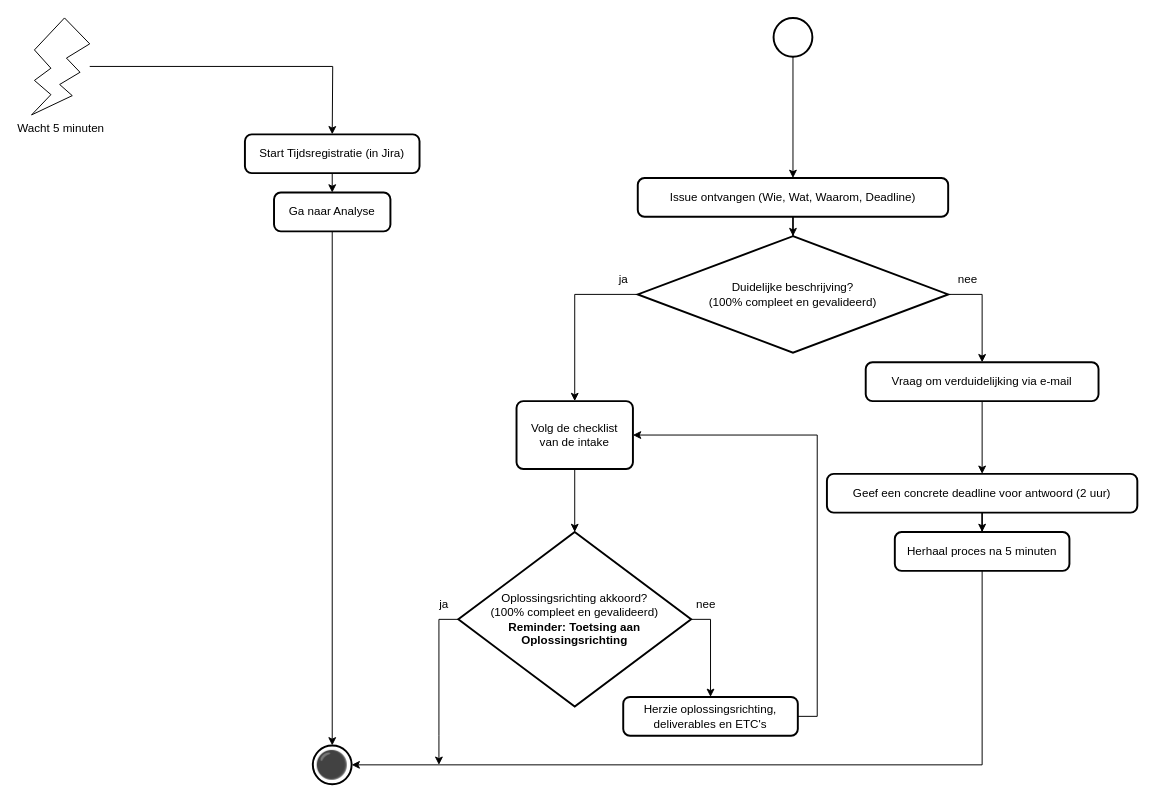
Earlier version of the draw.io diagram 1 Issue Tracker intake.drawio (Zaibatsu89/IssueTracker). Source tidied: cells renumbered, new cells numbered last; positions are measured from the earlier drawing's top-left corner, leaving out a move shared by most shapes. Both pictures are drawn from the tidied source at 97%, with x=0, y=0 at pixel (31, 17).
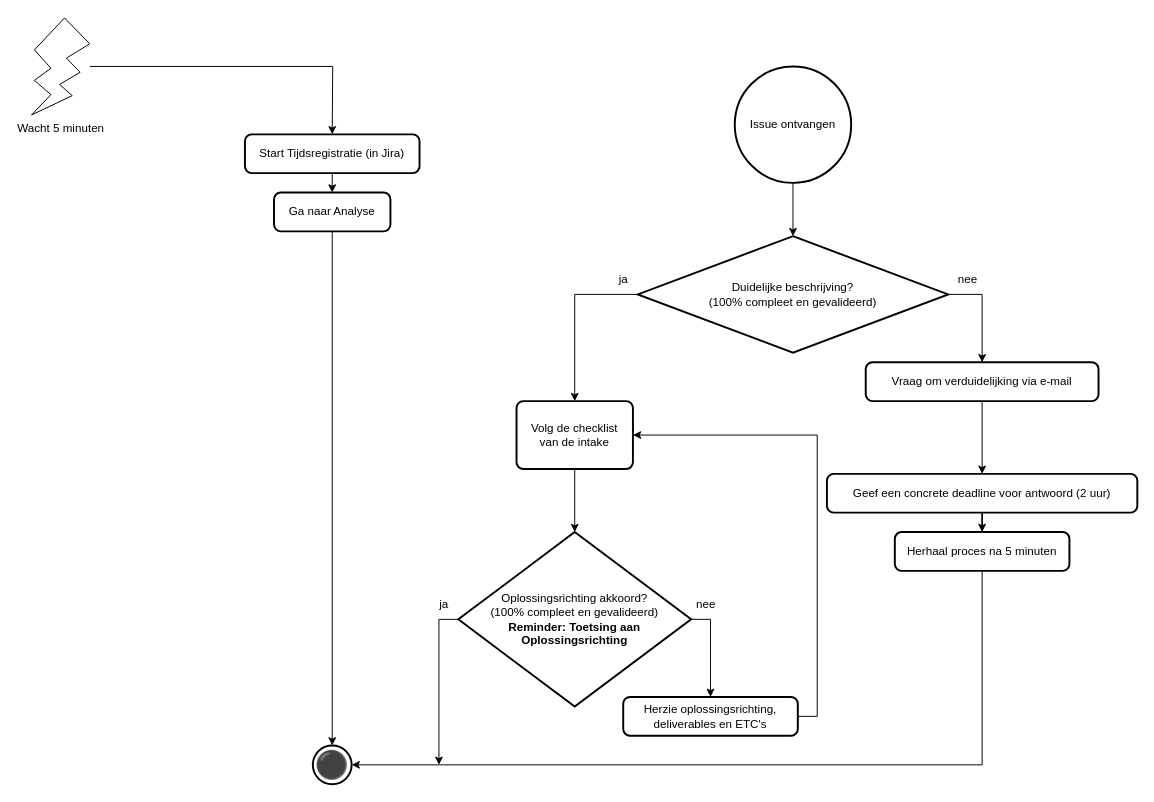
Above is the later version.

Commit message:
"Issue ontvangen" in witte bolletje van intake flowcharts

The change refers to these unchanged cells:
```xml
<mxCell id="8" value="Duidelijke beschrijving?&lt;br&gt;(100% compleet en gevalideerd)" style="strokeWidth=2;html=1;shape=mxgraph.flowchart.decision;whiteSpace=wrap;" parent="1" vertex="1">
  <mxGeometry x="625" y="225" width="320" height="120" as="geometry" />
</mxCell>
```

What changed in the source:
```diff
@@
-    <mxCell id="2" style="edgeStyle=orthogonalEdgeStyle;rounded=0;jettySize=auto;html=1;exitX=0.5;exitY=1;exitDx=0;exitDy=0;exitPerimeter=0;entryX=0.5;entryY=0;entryDx=0;entryDy=0;" parent="1" edge="1" source="3" target="5">
-      <mxGeometry relative="1" as="geometry" />
-    </mxCell>
+    <mxCell id="34" style="edgeStyle=orthogonalEdgeStyle;rounded=0;jettySize=auto;html=1;" parent="1" edge="1" source="3" target="8">
+      <mxGeometry relative="1" as="geometry" />
+    </mxCell>
-    <mxCell id="3" style="strokeWidth=2;html=1;shape=mxgraph.flowchart.start_2;whiteSpace=wrap;" parent="1" vertex="1">
-      <mxGeometry x="765" width="40" height="40" as="geometry" />
+    <mxCell id="3" value="Issue ontvangen" style="strokeWidth=2;html=1;shape=mxgraph.flowchart.start_2;whiteSpace=wrap;" parent="1" vertex="1">
+      <mxGeometry x="725" y="50" width="120" height="120" as="geometry" />
     </mxCell>
-    <mxCell id="4" style="edgeStyle=orthogonalEdgeStyle;rounded=0;jettySize=auto;html=1;" parent="1" edge="1" source="5" target="8">
-      <mxGeometry relative="1" as="geometry" />
-    </mxCell>
-    <mxCell id="5" value="Issue ontvangen (Wie, Wat, Waarom, Deadline)" style="rounded=1;whiteSpace=wrap;html=1;absoluteArcSize=1;arcSize=14;strokeWidth=2;" parent="1" vertex="1">
-      <mxGeometry x="625" y="165" width="320" height="40" as="geometry" />
-    </mxCell>
```
